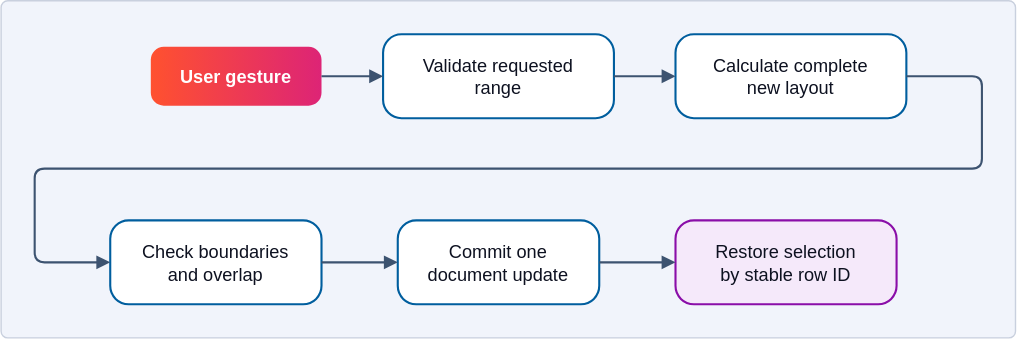
Before: docs/images/diagrams/concepts-spatial-editing-2.drawio.svg, a diagram exported from draw.io (bleviet/ipcraft-vscode). Source tidied: cells renumbered, new cells last; positions are measured from the earlier drawing's top-left corner, leaving out a move shared by most shapes. Source of this version:
```xml
<mxGraphModel>
  <root>
    <mxCell id="0" />
    <mxCell id="1" value="Background" parent="0" />
    <mxCell id="2" style="rounded=1;arcSize=2;absoluteArcSize=0;fillColor=#f1f4fb;strokeColor=#c9d0de;" parent="1" vertex="1">
      <mxGeometry width="725" height="241" as="geometry" />
    </mxCell>
    <mxCell id="3" value="Diagram" parent="0" />
    <mxCell id="4" value="User gesture" style="fontFamily=Manrope, Helvetica, Arial, sans-serif;fontSize=13;fontColor=#0d1120;strokeWidth=1.5;rounded=1;arcSize=22;fillColor=#ff512f;gradientColor=#dd2476;gradientDirection=east;strokeColor=none;fontColor=#ffffff;fontStyle=1;" parent="3" vertex="1">
      <mxGeometry x="107" y="33" width="122" height="42" as="geometry" />
    </mxCell>
    <mxCell id="5" value="Validate requested&#10;range" style="fontFamily=Manrope, Helvetica, Arial, sans-serif;fontSize=13;fontColor=#0d1120;strokeWidth=1.5;rounded=1;arcSize=22;fillColor=#ffffff;strokeColor=#005e9e;" parent="3" vertex="1">
      <mxGeometry x="273" y="24" width="165" height="60" as="geometry" />
    </mxCell>
    <mxCell id="6" value="Calculate complete&#10;new layout" style="fontFamily=Manrope, Helvetica, Arial, sans-serif;fontSize=13;fontColor=#0d1120;strokeWidth=1.5;rounded=1;arcSize=22;fillColor=#ffffff;strokeColor=#005e9e;" parent="3" vertex="1">
      <mxGeometry x="482" y="24" width="165" height="60" as="geometry" />
    </mxCell>
    <mxCell id="7" value="Check boundaries&#10;and overlap" style="fontFamily=Manrope, Helvetica, Arial, sans-serif;fontSize=13;fontColor=#0d1120;strokeWidth=1.5;rounded=1;arcSize=22;fillColor=#ffffff;strokeColor=#005e9e;" parent="3" vertex="1">
      <mxGeometry x="78" y="157" width="151" height="60" as="geometry" />
    </mxCell>
    <mxCell id="8" value="Commit one&#10;document update" style="fontFamily=Manrope, Helvetica, Arial, sans-serif;fontSize=13;fontColor=#0d1120;strokeWidth=1.5;rounded=1;arcSize=22;fillColor=#ffffff;strokeColor=#005e9e;" parent="3" vertex="1">
      <mxGeometry x="283.5" y="157" width="144" height="60" as="geometry" />
    </mxCell>
    <mxCell id="9" value="Restore selection&#10;by stable row ID" style="fontFamily=Manrope, Helvetica, Arial, sans-serif;fontSize=13;fontColor=#0d1120;strokeWidth=1.5;rounded=1;arcSize=22;fillColor=#f5e9fa;strokeColor=#8a0ea8;" parent="3" vertex="1">
      <mxGeometry x="482" y="157" width="158" height="60" as="geometry" />
    </mxCell>
    <mxCell id="10" style="edgeStyle=orthogonalEdgeStyle;rounded=1;arcSize=14;strokeColor=#3d5370;strokeWidth=1.5;endArrow=block;endFill=1;endSize=6;fontFamily=Manrope, Helvetica, Arial, sans-serif;fontSize=11;fontColor=#3d5370;labelBackgroundColor=#f1f4fb;exitX=1;exitY=0.5;exitDx=0;exitDy=0;entryX=0;entryY=0.5;entryDx=0;entryDy=0;" parent="3" edge="1" source="4" target="5">
      <mxGeometry relative="1" as="geometry" />
    </mxCell>
    <mxCell id="11" style="edgeStyle=orthogonalEdgeStyle;rounded=1;arcSize=14;strokeColor=#3d5370;strokeWidth=1.5;endArrow=block;endFill=1;endSize=6;fontFamily=Manrope, Helvetica, Arial, sans-serif;fontSize=11;fontColor=#3d5370;labelBackgroundColor=#f1f4fb;exitX=1;exitY=0.5;exitDx=0;exitDy=0;entryX=0;entryY=0.5;entryDx=0;entryDy=0;" parent="3" edge="1" source="5" target="6">
      <mxGeometry relative="1" as="geometry" />
    </mxCell>
    <mxCell id="12" style="edgeStyle=orthogonalEdgeStyle;rounded=1;arcSize=14;strokeColor=#3d5370;strokeWidth=1.5;endArrow=block;endFill=1;endSize=6;fontFamily=Manrope, Helvetica, Arial, sans-serif;fontSize=11;fontColor=#3d5370;labelBackgroundColor=#f1f4fb;exitX=1;exitY=0.5;exitDx=0;exitDy=0;entryX=0;entryY=0.5;entryDx=0;entryDy=0;" parent="3" edge="1" source="6" target="7">
      <mxGeometry relative="1" as="geometry">
        <Array as="points">
          <mxPoint x="701" y="54" />
          <mxPoint x="701" y="120" />
          <mxPoint x="24" y="120" />
          <mxPoint x="24" y="187" />
        </Array>
      </mxGeometry>
    </mxCell>
    <mxCell id="13" style="edgeStyle=orthogonalEdgeStyle;rounded=1;arcSize=14;strokeColor=#3d5370;strokeWidth=1.5;endArrow=block;endFill=1;endSize=6;fontFamily=Manrope, Helvetica, Arial, sans-serif;fontSize=11;fontColor=#3d5370;labelBackgroundColor=#f1f4fb;exitX=1;exitY=0.5;exitDx=0;exitDy=0;entryX=0;entryY=0.5;entryDx=0;entryDy=0;" parent="3" edge="1" source="7" target="8">
      <mxGeometry relative="1" as="geometry" />
    </mxCell>
    <mxCell id="14" style="edgeStyle=orthogonalEdgeStyle;rounded=1;arcSize=14;strokeColor=#3d5370;strokeWidth=1.5;endArrow=block;endFill=1;endSize=6;fontFamily=Manrope, Helvetica, Arial, sans-serif;fontSize=11;fontColor=#3d5370;labelBackgroundColor=#f1f4fb;exitX=1;exitY=0.5;exitDx=0;exitDy=0;entryX=0;entryY=0.5;entryDx=0;entryDy=0;" parent="3" edge="1" source="8" target="9">
      <mxGeometry relative="1" as="geometry" />
    </mxCell>
  </root>
</mxGraphModel>
```
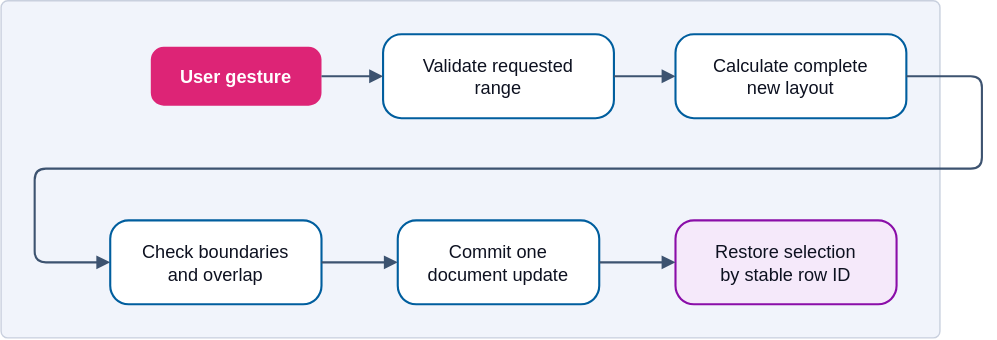
The same diagram one commit later.

Change to the diagram source:
```diff
@@ -3,10 +3,10 @@
     <mxCell id="0" />
     <mxCell id="1" value="Background" parent="0" />
     <mxCell id="2" style="rounded=1;arcSize=2;absoluteArcSize=0;fillColor=#f1f4fb;strokeColor=#c9d0de;" parent="1" vertex="1">
-      <mxGeometry width="725" height="241" as="geometry" />
+      <mxGeometry width="671" height="241" as="geometry" />
     </mxCell>
     <mxCell id="3" value="Diagram" parent="0" />
-    <mxCell id="4" value="User gesture" style="fontFamily=Manrope, Helvetica, Arial, sans-serif;fontSize=13;fontColor=#0d1120;strokeWidth=1.5;rounded=1;arcSize=22;fillColor=#ff512f;gradientColor=#dd2476;gradientDirection=east;strokeColor=none;fontColor=#ffffff;fontStyle=1;" parent="3" vertex="1">
+    <mxCell id="4" value="User gesture" style="fontFamily=Manrope, Helvetica, Arial, sans-serif;fontSize=13;fontColor=#0d1120;strokeWidth=1.5;rounded=1;arcSize=22;fillColor=#dd2476;strokeColor=none;fontColor=#ffffff;fontStyle=1;" parent="3" vertex="1">
       <mxGeometry x="107" y="33" width="122" height="42" as="geometry" />
     </mxCell>
     <mxCell id="5" value="Validate requested&#10;range" style="fontFamily=Manrope, Helvetica, Arial, sans-serif;fontSize=13;fontColor=#0d1120;strokeWidth=1.5;rounded=1;arcSize=22;fillColor=#ffffff;strokeColor=#005e9e;" parent="3" vertex="1">
@@ -24,13 +24,13 @@
     <mxCell id="9" value="Restore selection&#10;by stable row ID" style="fontFamily=Manrope, Helvetica, Arial, sans-serif;fontSize=13;fontColor=#0d1120;strokeWidth=1.5;rounded=1;arcSize=22;fillColor=#f5e9fa;strokeColor=#8a0ea8;" parent="3" vertex="1">
       <mxGeometry x="482" y="157" width="158" height="60" as="geometry" />
     </mxCell>
-    <mxCell id="10" style="edgeStyle=orthogonalEdgeStyle;rounded=1;arcSize=14;strokeColor=#3d5370;strokeWidth=1.5;endArrow=block;endFill=1;endSize=6;fontFamily=Manrope, Helvetica, Arial, sans-serif;fontSize=11;fontColor=#3d5370;labelBackgroundColor=#f1f4fb;exitX=1;exitY=0.5;exitDx=0;exitDy=0;entryX=0;entryY=0.5;entryDx=0;entryDy=0;" parent="3" edge="1" source="4" target="5">
+    <mxCell id="10" style="edgeStyle=orthogonalEdgeStyle;rounded=1;arcSize=16;html=0;strokeColor=#3d5370;strokeWidth=1.5;endArrow=block;endFill=1;endSize=6;fontFamily=Manrope, Helvetica, Arial, sans-serif;fontSize=11;fontColor=#3d5370;labelBackgroundColor=#f1f4fb;exitX=1;exitY=0.5;exitDx=0;exitDy=0;entryX=0;entryY=0.5;entryDx=0;entryDy=0;" parent="3" edge="1" source="4" target="5">
       <mxGeometry relative="1" as="geometry" />
     </mxCell>
-    <mxCell id="11" style="edgeStyle=orthogonalEdgeStyle;rounded=1;arcSize=14;strokeColor=#3d5370;strokeWidth=1.5;endArrow=block;endFill=1;endSize=6;fontFamily=Manrope, Helvetica, Arial, sans-serif;fontSize=11;fontColor=#3d5370;labelBackgroundColor=#f1f4fb;exitX=1;exitY=0.5;exitDx=0;exitDy=0;entryX=0;entryY=0.5;entryDx=0;entryDy=0;" parent="3" edge="1" source="5" target="6">
+    <mxCell id="11" style="edgeStyle=orthogonalEdgeStyle;rounded=1;arcSize=16;html=0;strokeColor=#3d5370;strokeWidth=1.5;endArrow=block;endFill=1;endSize=6;fontFamily=Manrope, Helvetica, Arial, sans-serif;fontSize=11;fontColor=#3d5370;labelBackgroundColor=#f1f4fb;exitX=1;exitY=0.5;exitDx=0;exitDy=0;entryX=0;entryY=0.5;entryDx=0;entryDy=0;" parent="3" edge="1" source="5" target="6">
       <mxGeometry relative="1" as="geometry" />
     </mxCell>
-    <mxCell id="12" style="edgeStyle=orthogonalEdgeStyle;rounded=1;arcSize=14;strokeColor=#3d5370;strokeWidth=1.5;endArrow=block;endFill=1;endSize=6;fontFamily=Manrope, Helvetica, Arial, sans-serif;fontSize=11;fontColor=#3d5370;labelBackgroundColor=#f1f4fb;exitX=1;exitY=0.5;exitDx=0;exitDy=0;entryX=0;entryY=0.5;entryDx=0;entryDy=0;" parent="3" edge="1" source="6" target="7">
+    <mxCell id="12" style="edgeStyle=orthogonalEdgeStyle;rounded=1;arcSize=16;html=0;strokeColor=#3d5370;strokeWidth=1.5;endArrow=block;endFill=1;endSize=6;fontFamily=Manrope, Helvetica, Arial, sans-serif;fontSize=11;fontColor=#3d5370;labelBackgroundColor=#f1f4fb;exitX=1;exitY=0.5;exitDx=0;exitDy=0;entryX=0;entryY=0.5;entryDx=0;entryDy=0;" parent="3" edge="1" source="6" target="7">
       <mxGeometry relative="1" as="geometry">
         <Array as="points">
           <mxPoint x="701" y="54" />
@@ -40,10 +40,10 @@
         </Array>
       </mxGeometry>
     </mxCell>
-    <mxCell id="13" style="edgeStyle=orthogonalEdgeStyle;rounded=1;arcSize=14;strokeColor=#3d5370;strokeWidth=1.5;endArrow=block;endFill=1;endSize=6;fontFamily=Manrope, Helvetica, Arial, sans-serif;fontSize=11;fontColor=#3d5370;labelBackgroundColor=#f1f4fb;exitX=1;exitY=0.5;exitDx=0;exitDy=0;entryX=0;entryY=0.5;entryDx=0;entryDy=0;" parent="3" edge="1" source="7" target="8">
+    <mxCell id="13" style="edgeStyle=orthogonalEdgeStyle;rounded=1;arcSize=16;html=0;strokeColor=#3d5370;strokeWidth=1.5;endArrow=block;endFill=1;endSize=6;fontFamily=Manrope, Helvetica, Arial, sans-serif;fontSize=11;fontColor=#3d5370;labelBackgroundColor=#f1f4fb;exitX=1;exitY=0.5;exitDx=0;exitDy=0;entryX=0;entryY=0.5;entryDx=0;entryDy=0;" parent="3" edge="1" source="7" target="8">
       <mxGeometry relative="1" as="geometry" />
     </mxCell>
-    <mxCell id="14" style="edgeStyle=orthogonalEdgeStyle;rounded=1;arcSize=14;strokeColor=#3d5370;strokeWidth=1.5;endArrow=block;endFill=1;endSize=6;fontFamily=Manrope, Helvetica, Arial, sans-serif;fontSize=11;fontColor=#3d5370;labelBackgroundColor=#f1f4fb;exitX=1;exitY=0.5;exitDx=0;exitDy=0;entryX=0;entryY=0.5;entryDx=0;entryDy=0;" parent="3" edge="1" source="8" target="9">
+    <mxCell id="14" style="edgeStyle=orthogonalEdgeStyle;rounded=1;arcSize=16;html=0;strokeColor=#3d5370;strokeWidth=1.5;endArrow=block;endFill=1;endSize=6;fontFamily=Manrope, Helvetica, Arial, sans-serif;fontSize=11;fontColor=#3d5370;labelBackgroundColor=#f1f4fb;exitX=1;exitY=0.5;exitDx=0;exitDy=0;entryX=0;entryY=0.5;entryDx=0;entryDy=0;" parent="3" edge="1" source="8" target="9">
       <mxGeometry relative="1" as="geometry" />
     </mxCell>
   </root>
```
